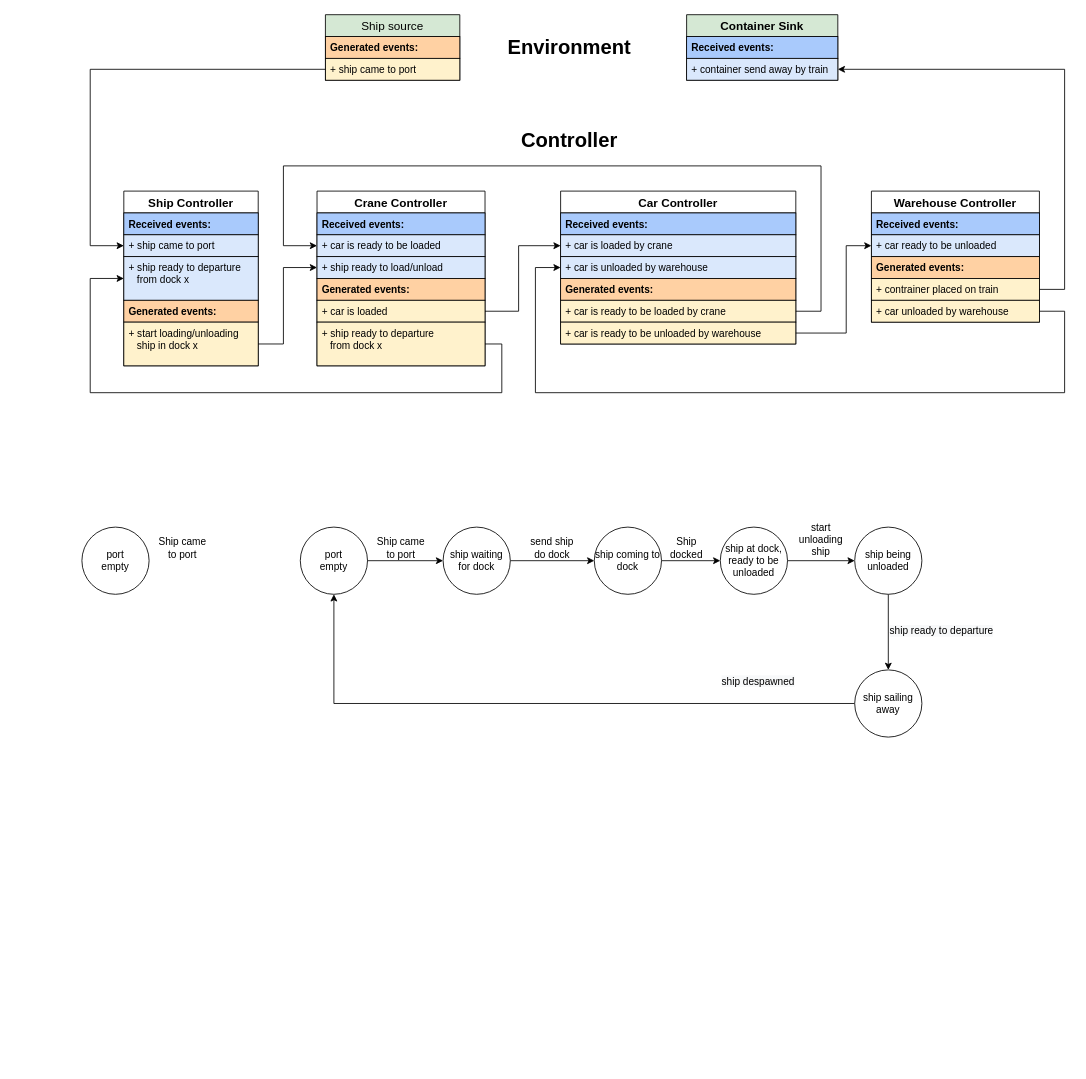
Earlier version of the draw.io diagram page "Event signals" (1 of 3) of Flowcharts and signals.drawio (Ravenofshadow999/ACOPORT). Source tidied: cells renumbered, new cells numbered last; positions are measured from the earlier drawing's top-left corner, leaving out a move shared by most shapes. Both pictures are drawn from the tidied source at 84%, with x=0, y=0 at pixel (81, 14).
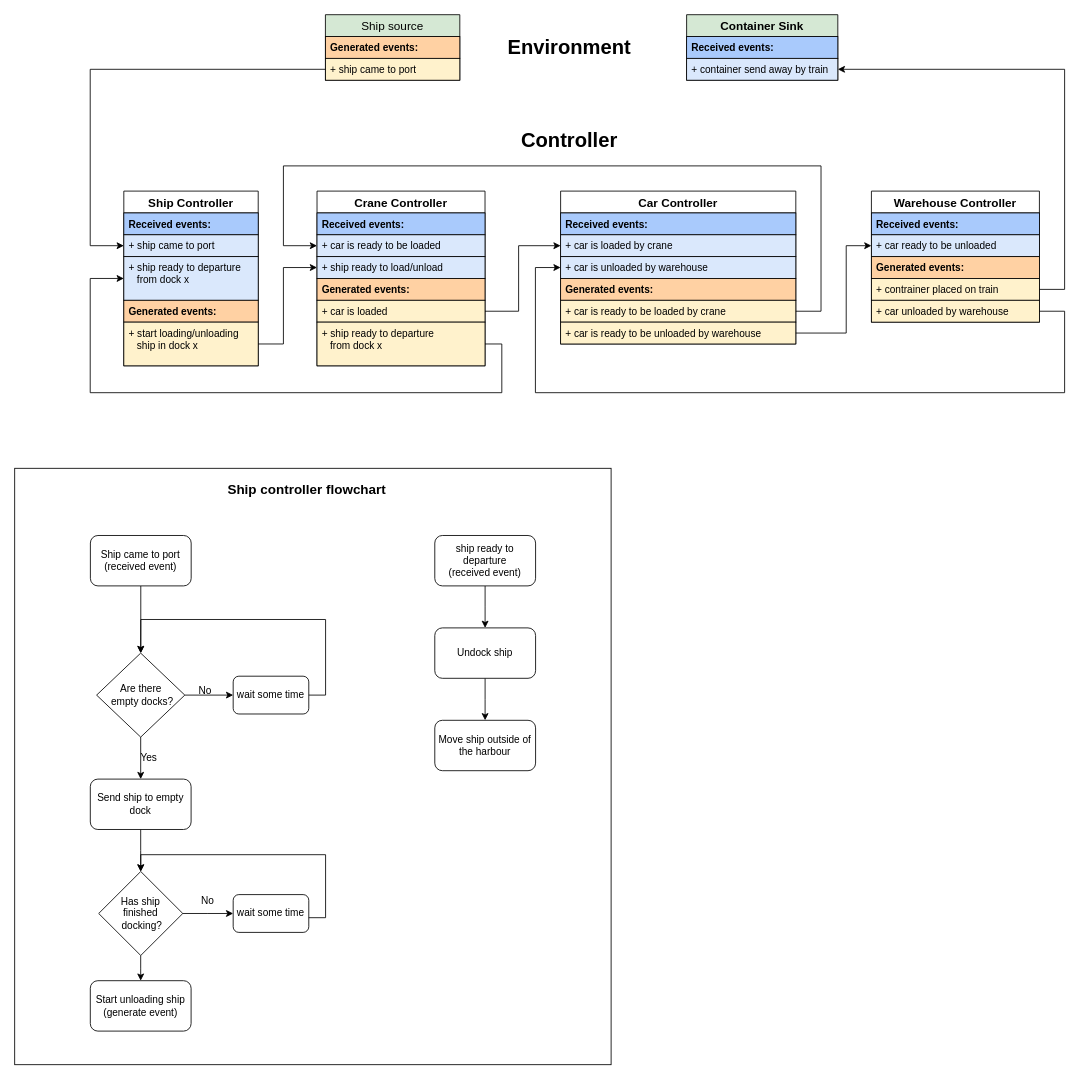
Above is the later version.

Commit message:
Added ship controller flowchart

The edit, as a diff of the source:
```diff
@@
-    <mxCell id="2" value="port&lt;br&gt;empty" style="ellipse;whiteSpace=wrap;html=1;" parent="1" vertex="1">
-      <mxGeometry x="260" y="610" width="80" height="80" as="geometry" />
-    </mxCell>
-    <mxCell id="3" style="endArrow=classic;html=1;rounded=0;exitX=1;exitY=0.5;exitDx=0;exitDy=0;entryX=0;entryY=0.5;entryDx=0;entryDy=0;" parent="1" edge="1" source="2" target="11">
-      <mxGeometry relative="1" as="geometry" />
-    </mxCell>
-    <mxCell id="4" value="Ship came to port" style="text;html=1;strokeColor=none;fillColor=none;align=center;verticalAlign=middle;whiteSpace=wrap;rounded=0;" parent="1" vertex="1">
-      <mxGeometry x="350" y="620" width="60" height="30" as="geometry" />
-    </mxCell>
-    <mxCell id="5" style="edgeStyle=orthogonalEdgeStyle;rounded=0;jettySize=auto;html=1;entryX=0;entryY=0.5;entryDx=0;entryDy=0;" parent="1" edge="1" source="6" target="8">
-      <mxGeometry relative="1" as="geometry" />
-    </mxCell>
-    <mxCell id="6" value="ship coming to dock" style="ellipse;whiteSpace=wrap;html=1;" parent="1" vertex="1">
-      <mxGeometry x="610" y="610" width="80" height="80" as="geometry" />
-    </mxCell>
-    <mxCell id="7" style="edgeStyle=orthogonalEdgeStyle;rounded=0;jettySize=auto;html=1;entryX=0;entryY=0.5;entryDx=0;entryDy=0;" parent="1" edge="1" source="8" target="14">
-      <mxGeometry relative="1" as="geometry" />
-    </mxCell>
-    <mxCell id="8" value="ship at dock, ready to be unloaded" style="ellipse;whiteSpace=wrap;html=1;" parent="1" vertex="1">
-      <mxGeometry x="760" y="610" width="80" height="80" as="geometry" />
-    </mxCell>
-    <mxCell id="9" value="Ship docked" style="text;html=1;strokeColor=none;fillColor=none;align=center;verticalAlign=middle;whiteSpace=wrap;rounded=0;" parent="1" vertex="1">
-      <mxGeometry x="690" y="620" width="60" height="30" as="geometry" />
-    </mxCell>
-    <mxCell id="10" style="edgeStyle=orthogonalEdgeStyle;rounded=0;jettySize=auto;html=1;" parent="1" edge="1" source="11" target="6">
-      <mxGeometry relative="1" as="geometry" />
-    </mxCell>
-    <mxCell id="11" value="ship waiting for dock" style="ellipse;whiteSpace=wrap;html=1;" parent="1" vertex="1">
-      <mxGeometry x="430" y="610" width="80" height="80" as="geometry" />
-    </mxCell>
-    <mxCell id="12" value="send ship do dock" style="text;html=1;strokeColor=none;fillColor=none;align=center;verticalAlign=middle;whiteSpace=wrap;rounded=0;" parent="1" vertex="1">
-      <mxGeometry x="530" y="620" width="60" height="30" as="geometry" />
-    </mxCell>
-    <mxCell id="13" style="edgeStyle=orthogonalEdgeStyle;rounded=0;jettySize=auto;html=1;" parent="1" edge="1" source="14" target="17">
-      <mxGeometry relative="1" as="geometry" />
-    </mxCell>
-    <mxCell id="14" value="ship being unloaded" style="ellipse;whiteSpace=wrap;html=1;" parent="1" vertex="1">
-      <mxGeometry x="920" y="610" width="80" height="80" as="geometry" />
-    </mxCell>
-    <mxCell id="15" value="start unloading ship" style="text;html=1;strokeColor=none;fillColor=none;align=center;verticalAlign=middle;whiteSpace=wrap;rounded=0;" parent="1" vertex="1">
-      <mxGeometry x="850" y="610" width="60" height="30" as="geometry" />
-    </mxCell>
-    <mxCell id="16" style="edgeStyle=orthogonalEdgeStyle;rounded=0;jettySize=auto;html=1;entryX=0.5;entryY=1;entryDx=0;entryDy=0;" parent="1" edge="1" source="17" target="2">
-      <mxGeometry relative="1" as="geometry" />
-    </mxCell>
-    <mxCell id="17" value="ship sailing away" style="ellipse;whiteSpace=wrap;html=1;" parent="1" vertex="1">
-      <mxGeometry x="920" y="780" width="80" height="80" as="geometry" />
-    </mxCell>
-    <mxCell id="18" value="&lt;span style=&quot;color: rgb(0, 0, 0); font-family: helvetica; font-size: 12px; font-style: normal; font-weight: 400; letter-spacing: normal; text-align: center; text-indent: 0px; text-transform: none; word-spacing: 0px; background-color: rgb(248, 249, 250); display: inline; float: none;&quot;&gt;ship ready to departure&lt;/span&gt;" style="text;whiteSpace=wrap;html=1;" parent="1" vertex="1">
-      <mxGeometry x="960" y="720" width="150" height="30" as="geometry" />
-    </mxCell>
-    <mxCell id="19" value="&lt;span style=&quot;color: rgb(0 , 0 , 0) ; font-family: &amp;#34;helvetica&amp;#34; ; font-size: 12px ; font-style: normal ; font-weight: 400 ; letter-spacing: normal ; text-align: center ; text-indent: 0px ; text-transform: none ; word-spacing: 0px ; background-color: rgb(248 , 249 , 250) ; display: inline ; float: none&quot;&gt;ship despawned&lt;/span&gt;" style="text;whiteSpace=wrap;html=1;" parent="1" vertex="1">
-      <mxGeometry x="760" y="780" width="150" height="30" as="geometry" />
-    </mxCell>
-    <mxCell id="20" value="port&lt;br&gt;empty" style="ellipse;whiteSpace=wrap;html=1;" parent="1" vertex="1">
-      <mxGeometry y="610" width="80" height="80" as="geometry" />
-    </mxCell>
-    <mxCell id="21" value="Ship came to port" style="text;html=1;strokeColor=none;fillColor=none;align=center;verticalAlign=middle;whiteSpace=wrap;rounded=0;" parent="1" vertex="1">
-      <mxGeometry x="90" y="620" width="60" height="30" as="geometry" />
-    </mxCell>
@@
+    <mxCell id="64" style="edgeStyle=orthogonalEdgeStyle;rounded=0;jettySize=auto;html=1;" parent="1" edge="1" source="65">
+      <mxGeometry relative="1" as="geometry">
+        <mxPoint x="70.1" y="760" as="targetPoint" />
+      </mxGeometry>
+    </mxCell>
+    <mxCell id="65" value="Ship came to port&lt;br&gt;(received event)" style="rounded=1;whiteSpace=wrap;html=1;" parent="1" vertex="1">
+      <mxGeometry x="10.1" y="620" width="120" height="60" as="geometry" />
+    </mxCell>
+    <mxCell id="66" style="edgeStyle=elbowEdgeStyle;rounded=0;jettySize=auto;html=1;" parent="1" edge="1" source="67" target="73">
+      <mxGeometry relative="1" as="geometry" />
+    </mxCell>
+    <mxCell id="67" value="Are there&lt;br&gt;&amp;nbsp;empty docks?" style="rhombus;whiteSpace=wrap;html=1;" parent="1" vertex="1">
+      <mxGeometry x="17.5" y="760" width="105" height="100" as="geometry" />
+    </mxCell>
+    <mxCell id="68" style="endArrow=classic;html=1;rounded=0;exitX=1;exitY=0.5;exitDx=0;exitDy=0;entryX=0;entryY=0.5;entryDx=0;entryDy=0;" parent="1" edge="1" source="67" target="70">
+      <mxGeometry relative="1" as="geometry" />
+    </mxCell>
+    <mxCell id="69" value="No" style="text;html=1;strokeColor=none;fillColor=none;align=center;verticalAlign=middle;whiteSpace=wrap;rounded=0;" parent="1" vertex="1">
+      <mxGeometry x="137.1" y="790" width="20" height="30" as="geometry" />
+    </mxCell>
+    <mxCell id="70" value="wait some time" style="rounded=1;whiteSpace=wrap;html=1;" parent="1" vertex="1">
+      <mxGeometry x="180.1" y="787.5" width="90" height="45" as="geometry" />
+    </mxCell>
+    <mxCell id="71" style="endArrow=classic;html=1;rounded=0;exitX=1;exitY=0.5;exitDx=0;exitDy=0;entryX=0.5;entryY=0;entryDx=0;entryDy=0;" parent="1" edge="1" source="70" target="67">
+      <mxGeometry relative="1" as="geometry">
+        <Array as="points">
+          <mxPoint x="290.1" y="810" />
+          <mxPoint x="290.1" y="720" />
+          <mxPoint x="70.1" y="720" />
+        </Array>
+      </mxGeometry>
+    </mxCell>
+    <mxCell id="72" style="edgeStyle=elbowEdgeStyle;rounded=0;jettySize=auto;html=1;" parent="1" edge="1" source="73" target="77">
+      <mxGeometry relative="1" as="geometry" />
+    </mxCell>
+    <mxCell id="73" value="Send ship to empty dock" style="rounded=1;whiteSpace=wrap;html=1;" parent="1" vertex="1">
+      <mxGeometry x="10" y="910" width="120" height="60" as="geometry" />
+    </mxCell>
+    <mxCell id="74" value="Yes" style="text;html=1;strokeColor=none;fillColor=none;align=center;verticalAlign=middle;whiteSpace=wrap;rounded=0;" parent="1" vertex="1">
+      <mxGeometry x="70.1" y="870" width="20" height="30" as="geometry" />
+    </mxCell>
+    <mxCell id="75" style="edgeStyle=elbowEdgeStyle;rounded=0;jettySize=auto;html=1;" parent="1" edge="1" source="77">
+      <mxGeometry relative="1" as="geometry">
+        <mxPoint x="180.1" y="1070" as="targetPoint" />
+      </mxGeometry>
+    </mxCell>
+    <mxCell id="76" style="edgeStyle=elbowEdgeStyle;rounded=0;jettySize=auto;html=1;" parent="1" edge="1" source="77" target="81">
+      <mxGeometry relative="1" as="geometry" />
+    </mxCell>
+    <mxCell id="77" value="Has ship &lt;br&gt;finished&lt;br&gt;&amp;nbsp;docking?" style="rhombus;whiteSpace=wrap;html=1;" parent="1" vertex="1">
+      <mxGeometry x="20" y="1020" width="100.1" height="100" as="geometry" />
+    </mxCell>
+    <mxCell id="78" value="wait some time" style="rounded=1;whiteSpace=wrap;html=1;" parent="1" vertex="1">
+      <mxGeometry x="180.1" y="1047.5" width="90" height="45" as="geometry" />
+    </mxCell>
+    <mxCell id="79" style="endArrow=classic;html=1;rounded=0;exitX=1;exitY=0.5;exitDx=0;exitDy=0;entryX=0.5;entryY=0;entryDx=0;entryDy=0;" parent="1" edge="1">
+      <mxGeometry relative="1" as="geometry">
+        <mxPoint x="270.1" y="1075" as="sourcePoint" />
+        <mxPoint x="70.1" y="1020" as="targetPoint" />
+        <Array as="points">
+          <mxPoint x="290.1" y="1075" />
+          <mxPoint x="290.1" y="1000" />
+          <mxPoint x="70.1" y="1000" />
+        </Array>
+      </mxGeometry>
+    </mxCell>
+    <mxCell id="80" value="No" style="text;html=1;strokeColor=none;fillColor=none;align=center;verticalAlign=middle;whiteSpace=wrap;rounded=0;" parent="1" vertex="1">
+      <mxGeometry x="140.1" y="1040" width="20" height="30" as="geometry" />
+    </mxCell>
+    <mxCell id="81" value="Start unloading ship&lt;br&gt;(generate event)" style="rounded=1;whiteSpace=wrap;html=1;" parent="1" vertex="1">
+      <mxGeometry x="10" y="1150" width="120" height="60" as="geometry" />
+    </mxCell>
+    <mxCell id="82" style="edgeStyle=elbowEdgeStyle;rounded=0;jettySize=auto;html=1;" parent="1" edge="1" source="83" target="85">
+      <mxGeometry relative="1" as="geometry" />
+    </mxCell>
+    <mxCell id="83" value="ship ready to departure&lt;br&gt;(received event)" style="rounded=1;whiteSpace=wrap;html=1;" parent="1" vertex="1">
+      <mxGeometry x="420.1" y="620" width="120" height="60" as="geometry" />
+    </mxCell>
+    <mxCell id="84" style="edgeStyle=elbowEdgeStyle;rounded=0;jettySize=auto;html=1;" parent="1" edge="1" source="85" target="86">
+      <mxGeometry relative="1" as="geometry" />
+    </mxCell>
+    <mxCell id="85" value="Undock ship" style="whiteSpace=wrap;html=1;rounded=1;" parent="1" vertex="1">
+      <mxGeometry x="420.1" y="730" width="120" height="60" as="geometry" />
+    </mxCell>
+    <mxCell id="86" value="Move ship outside of the harbour" style="whiteSpace=wrap;html=1;rounded=1;" parent="1" vertex="1">
+      <mxGeometry x="420.1" y="840" width="120" height="60" as="geometry" />
+    </mxCell>
+    <mxCell id="87" style="rounded=0;whiteSpace=wrap;html=1;fillColor=none;" parent="1" vertex="1">
+      <mxGeometry x="-80" y="540" width="710" height="710" as="geometry" />
+    </mxCell>
+    <mxCell id="88" value="&lt;font style=&quot;font-size: 16px&quot;&gt;&lt;b&gt;Ship controller flowchart&lt;/b&gt;&lt;/font&gt;" style="text;html=1;strokeColor=none;fillColor=none;align=center;verticalAlign=middle;whiteSpace=wrap;rounded=0;" parent="1" vertex="1">
+      <mxGeometry x="122.5" y="550" width="290" height="30" as="geometry" />
+    </mxCell>
```
